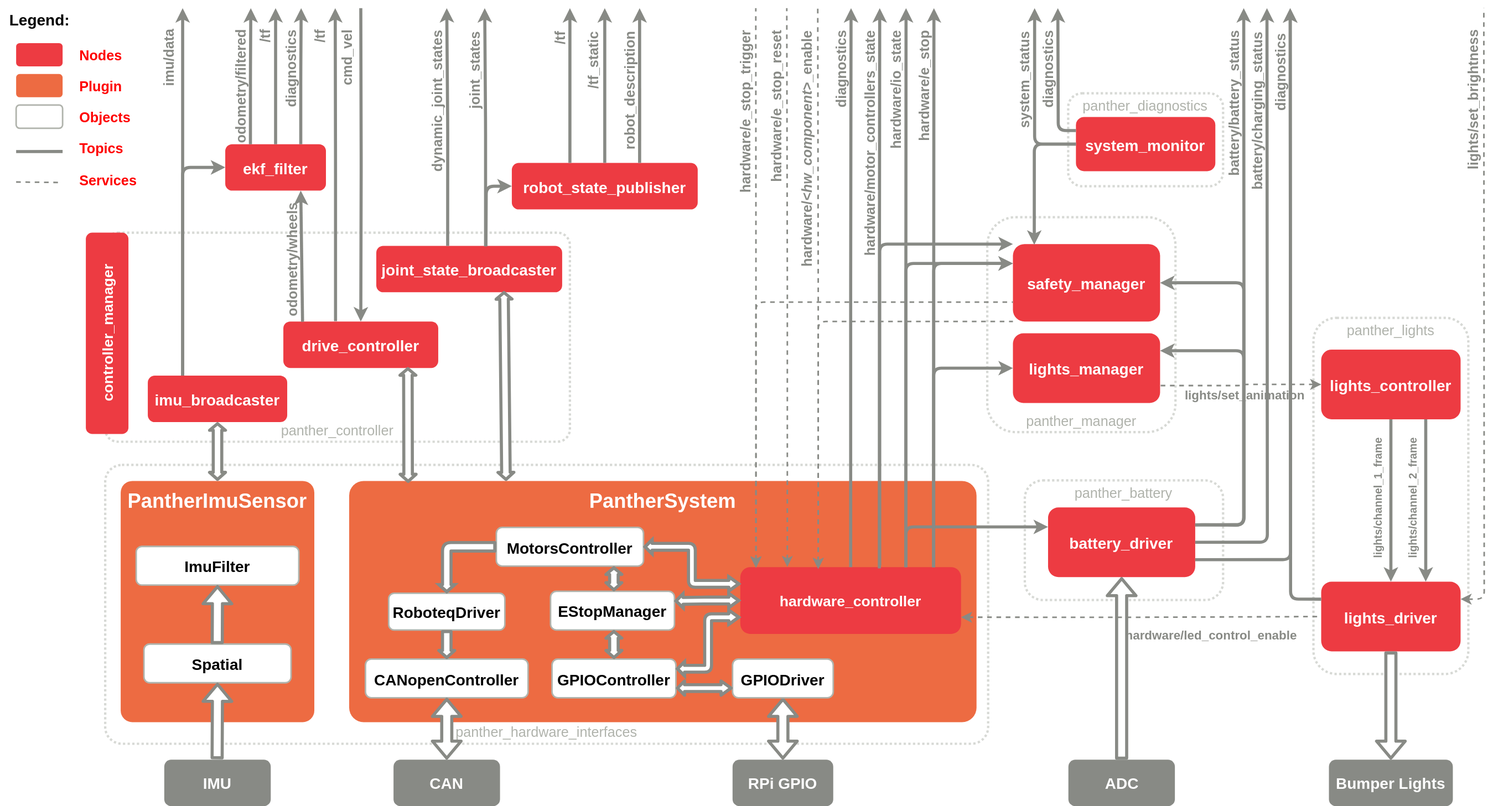
Before: .docs/panther_ros2_api.drawio.svg, a diagram exported from draw.io (husarion/panther_ros). Source tidied: cells renumbered, new cells last; positions are measured from the earlier drawing's top-left corner, leaving out a move shared by most shapes.
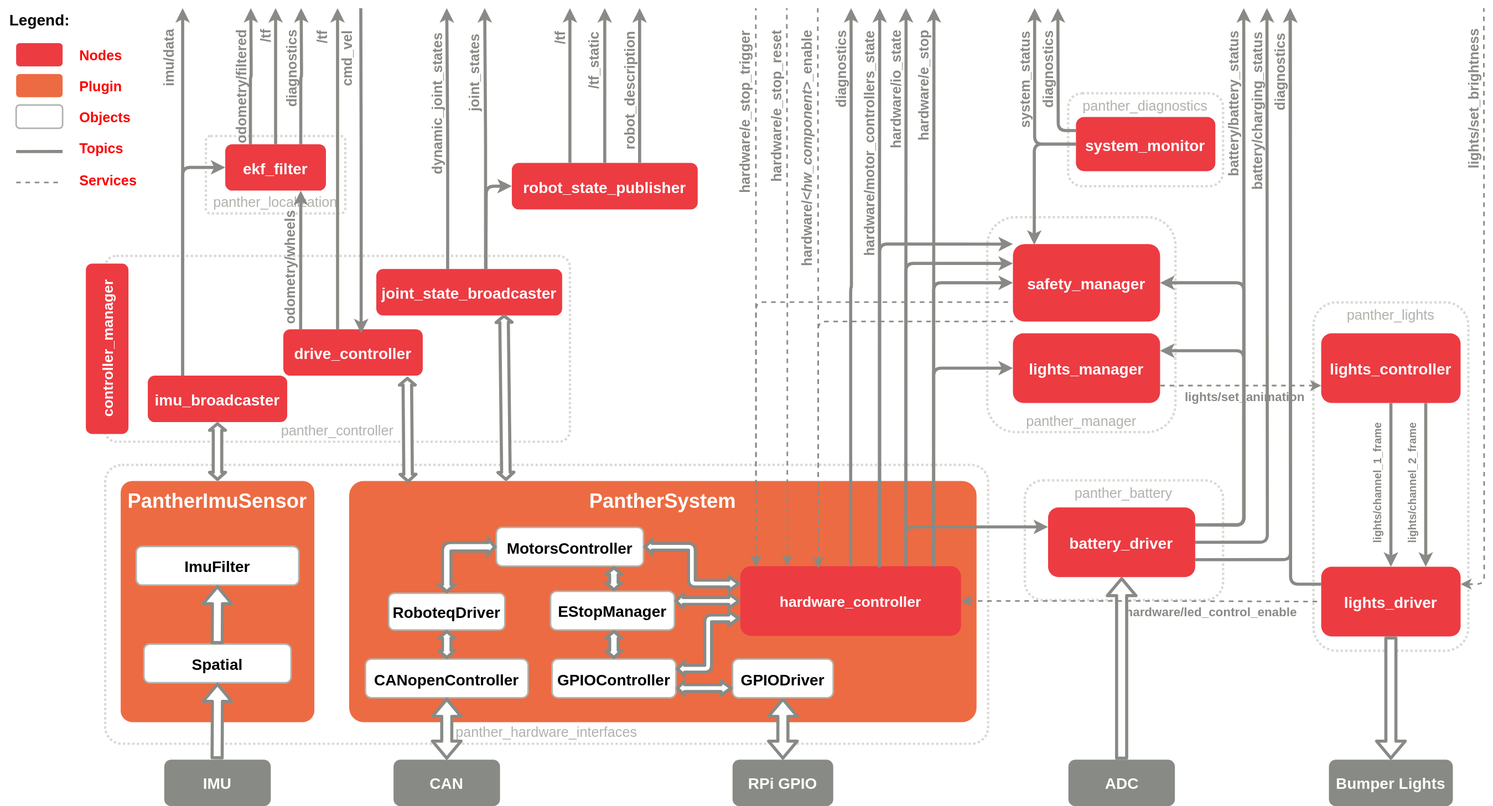
The same diagram one commit later.

Diff of the diagram source:
```diff
@@ -4,7 +4,10 @@
     <mxCell id="1" parent="0" />
+    <mxCell id="106" value="&lt;span style=&quot;color: rgb(176, 179, 172); font-size: 18px;&quot;&gt;panther_localization&lt;/span&gt;" style="rounded=1;whiteSpace=wrap;html=1;fillColor=none;dashed=1;dashPattern=1 1;strokeWidth=3;strokeColor=#B0B3AC;imageHeight=24;arcSize=6;opacity=50;verticalAlign=bottom;" parent="1" vertex="1">
+      <mxGeometry x="265" y="170.2" width="180" height="100" as="geometry" />
+    </mxCell>
     <mxCell id="2" value="&lt;span style=&quot;color: rgb(176, 179, 172); font-size: 18px;&quot;&gt;panther_controller&lt;/span&gt;" style="rounded=1;whiteSpace=wrap;html=1;fillColor=none;dashed=1;dashPattern=1 1;strokeWidth=3;strokeColor=#B0B3AC;imageHeight=24;arcSize=6;opacity=50;verticalAlign=bottom;" parent="1" vertex="1">
-      <mxGeometry x="135" y="295" width="600" height="270" as="geometry" />
+      <mxGeometry x="135" y="325" width="600" height="240" as="geometry" />
     </mxCell>
     <mxCell id="3" value="&lt;span style=&quot;color: rgb(176, 179, 172); font-family: Helvetica; font-size: 18px; font-style: normal; font-variant-ligatures: normal; font-variant-caps: normal; font-weight: 400; letter-spacing: normal; orphans: 2; text-align: center; text-indent: 0px; text-transform: none; widows: 2; word-spacing: 0px; -webkit-text-stroke-width: 0px; white-space: normal; text-decoration-thickness: initial; text-decoration-style: initial; text-decoration-color: initial; float: none; display: inline !important;&quot;&gt;panther_lights&lt;/span&gt;" style="rounded=1;whiteSpace=wrap;html=1;fillColor=none;dashed=1;dashPattern=1 1;strokeWidth=3;strokeColor=#B0B3AC;opacity=50;verticalAlign=top;" parent="1" vertex="1">
-      <mxGeometry x="1695" y="405" width="200" height="460" as="geometry" />
+      <mxGeometry x="1695" y="385" width="200" height="450" as="geometry" />
     </mxCell>
@@ -26,3 +29,3 @@
     <mxCell id="9" value="&lt;span style=&quot;color: rgb(255, 255, 255); text-align: left;&quot;&gt;hardware_controller&lt;/span&gt;" style="rounded=1;whiteSpace=wrap;html=1;strokeColor=none;fillColor=#ED3B42;fontColor=#000000;fontSize=19;fontFamily=Helvetica;spacing=2;spacingTop=4;fontStyle=1;strokeWidth=2;" parent="1" vertex="1">
-      <mxGeometry x="955" y="727" width="285" height="86.2" as="geometry" />
+      <mxGeometry x="955" y="725.7" width="285" height="90" as="geometry" />
     </mxCell>
@@ -63,6 +66,6 @@
     </mxCell>
-    <mxCell id="20" style="shape=flexArrow;endArrow=classic;html=1;rounded=1;strokeColor=#888a85;strokeWidth=4;fontFamily=Helvetica;fontSize=20;fontColor=#ffffff;labelBackgroundColor=default;fillColor=#FFFFFF;startArrow=none;entryX=0.5;entryY=0;entryDx=0;entryDy=0;width=8;startSize=1.5064814814814813;startWidth=5.555555555555555;endWidth=5.555555555555555;endSize=1.7222222222222223;exitX=0;exitY=0.5;exitDx=0;exitDy=0;startFill=0;edgeStyle=orthogonalEdgeStyle;" parent="1" edge="1" source="11" target="13">
+    <mxCell id="20" style="shape=flexArrow;endArrow=classic;html=1;rounded=1;strokeColor=#888a85;strokeWidth=4;fontFamily=Helvetica;fontSize=20;fontColor=#ffffff;labelBackgroundColor=default;fillColor=#FFFFFF;startArrow=block;entryX=0.5;entryY=0;entryDx=0;entryDy=0;width=8;startSize=1.5064814814814813;startWidth=5.555555555555555;endWidth=5.555555555555555;endSize=1.7222222222222223;exitX=0;exitY=0.5;exitDx=0;exitDy=0;startFill=0;edgeStyle=orthogonalEdgeStyle;" parent="1" edge="1" source="11" target="13">
       <mxGeometry relative="1" as="geometry" />
     </mxCell>
-    <mxCell id="21" style="shape=flexArrow;endArrow=classic;html=1;rounded=1;strokeColor=#888a85;strokeWidth=4;fontFamily=Helvetica;fontSize=20;fontColor=#ffffff;labelBackgroundColor=default;fillColor=#FFFFFF;startArrow=none;entryX=0.5;entryY=0;entryDx=0;entryDy=0;width=8;startSize=1.5064814814814813;startWidth=5.555555555555555;endWidth=5.555555555555555;endSize=1.7222222222222223;startFill=0;exitX=0.5;exitY=1;exitDx=0;exitDy=0;" parent="1" edge="1" source="13" target="12">
+    <mxCell id="21" style="shape=flexArrow;endArrow=classic;html=1;rounded=1;strokeColor=#888a85;strokeWidth=4;fontFamily=Helvetica;fontSize=20;fontColor=#ffffff;labelBackgroundColor=default;fillColor=#FFFFFF;startArrow=block;entryX=0.5;entryY=0;entryDx=0;entryDy=0;width=8;startSize=1.5064814814814813;startWidth=5.555555555555555;endWidth=5.555555555555555;endSize=1.7222222222222223;startFill=0;exitX=0.5;exitY=1;exitDx=0;exitDy=0;" parent="1" edge="1" source="13" target="12">
       <mxGeometry relative="1" as="geometry" />
@@ -90,13 +93,13 @@
     </mxCell>
-    <mxCell id="29" value="&lt;font style=&quot;font-size: 20px;&quot;&gt;imu_broadcaster&lt;/font&gt;" style="rounded=1;whiteSpace=wrap;html=1;strokeColor=none;fillColor=#ed3b42;fontColor=#ffffff;fontSize=19;fontFamily=Helvetica;spacing=2;spacingTop=4;fontStyle=1;" parent="1" vertex="1">
+    <mxCell id="29" value="&lt;font style=&quot;font-size: 20px;&quot;&gt;imu_broadcaster&lt;/font&gt;" style="rounded=1;whiteSpace=wrap;html=1;strokeColor=none;fillColor=#ed3b42;fontColor=#ffffff;fontSize=19;fontFamily=Helvetica;spacing=2;spacingTop=4;fontStyle=1;strokeWidth=6;" parent="1" vertex="1">
       <mxGeometry x="190" y="479.7" width="180" height="60" as="geometry" />
     </mxCell>
-    <mxCell id="30" value="&lt;font style=&quot;font-size: 20px;&quot;&gt;joint_state_broadcaster&lt;/font&gt;" style="rounded=1;whiteSpace=wrap;html=1;strokeColor=none;fillColor=#ed3b42;fontColor=#ffffff;fontSize=19;fontFamily=Helvetica;spacing=2;spacingTop=4;fontStyle=1;" parent="1" vertex="1">
-      <mxGeometry x="485" y="312" width="240" height="60" as="geometry" />
+    <mxCell id="30" value="&lt;font style=&quot;font-size: 20px;&quot;&gt;joint_state_broadcaster&lt;/font&gt;" style="rounded=1;whiteSpace=wrap;html=1;strokeColor=none;fillColor=#ed3b42;fontColor=#ffffff;fontSize=19;fontFamily=Helvetica;spacing=2;spacingTop=4;fontStyle=1;strokeWidth=6;" parent="1" vertex="1">
+      <mxGeometry x="485" y="342" width="240" height="60" as="geometry" />
     </mxCell>
-    <mxCell id="31" value="&lt;font style=&quot;font-size: 20px;&quot;&gt;drive_controller&lt;/font&gt;" style="rounded=1;whiteSpace=wrap;html=1;strokeColor=none;fillColor=#ed3b42;fontColor=#ffffff;fontSize=19;fontFamily=Helvetica;spacing=2;spacingTop=4;fontStyle=1;" parent="1" vertex="1">
-      <mxGeometry x="365" y="409.7" width="200" height="60" as="geometry" />
+    <mxCell id="31" value="&lt;font style=&quot;font-size: 20px;&quot;&gt;drive_controller&lt;/font&gt;" style="rounded=1;whiteSpace=wrap;html=1;strokeColor=none;fillColor=#ed3b42;fontColor=#ffffff;fontSize=19;fontFamily=Helvetica;spacing=2;spacingTop=4;fontStyle=1;strokeWidth=6;" parent="1" vertex="1">
+      <mxGeometry x="365" y="419.7" width="180" height="60" as="geometry" />
     </mxCell>
     <mxCell id="32" value="&lt;div style=&quot;text-align: left;&quot;&gt;&lt;span style=&quot;background-color: initial;&quot;&gt;controller_manager&lt;/span&gt;&lt;/div&gt;" style="rounded=1;whiteSpace=wrap;html=1;strokeColor=none;fillColor=#ed3b42;fontColor=#FFFFFF;fontSize=19;fontFamily=Helvetica;spacing=2;spacingTop=4;fontStyle=1;direction=north;horizontal=0;" parent="1" vertex="1">
-      <mxGeometry x="110" y="295" width="55" height="260" as="geometry" />
+      <mxGeometry x="110" y="335" width="55" height="220" as="geometry" />
     </mxCell>
@@ -114,3 +117,3 @@
     </mxCell>
-    <mxCell id="37" style="shape=flexArrow;endArrow=classic;html=1;rounded=1;strokeColor=#888a85;strokeWidth=4;fontFamily=Helvetica;fontSize=20;fontColor=#ffffff;labelBackgroundColor=default;fillColor=#FFFFFF;startArrow=block;entryX=0.094;entryY=0.008;entryDx=0;entryDy=0;width=8;startSize=1.5064814814814813;startWidth=5.555555555555555;endWidth=5.555555555555555;endSize=1.7222222222222223;exitX=0.804;exitY=0.982;exitDx=0;exitDy=0;entryPerimeter=0;exitPerimeter=0;" parent="1" edge="1" source="31" target="8">
+    <mxCell id="37" style="shape=flexArrow;endArrow=classic;html=1;rounded=1;strokeColor=#888a85;strokeWidth=4;fontFamily=Helvetica;fontSize=20;fontColor=#ffffff;labelBackgroundColor=default;fillColor=#FFFFFF;startArrow=block;entryX=0.094;entryY=0.008;entryDx=0;entryDy=0;width=8;startSize=1.5064814814814813;startWidth=5.555555555555555;endWidth=5.555555555555555;endSize=1.7222222222222223;exitX=0.889;exitY=1.025;exitDx=0;exitDy=0;entryPerimeter=0;exitPerimeter=0;" parent="1" edge="1" source="31" target="8">
       <mxGeometry relative="1" as="geometry" />
@@ -159,3 +162,3 @@
     </mxCell>
-    <mxCell id="48" value="&lt;b&gt;cmd_vel&lt;/b&gt;" style="edgeStyle=orthogonalEdgeStyle;shape=connector;rounded=1;jettySize=auto;html=1;labelBackgroundColor=none;strokeColor=#888a85;strokeWidth=4;fontFamily=Helvetica;fontSize=18;fontColor=#888a85;startArrow=none;startFill=0;endArrow=classic;horizontal=0;align=right;entryX=0.5;entryY=0;entryDx=0;entryDy=0;" parent="1" edge="1" target="31">
+    <mxCell id="48" value="&lt;b&gt;cmd_vel&lt;/b&gt;" style="edgeStyle=orthogonalEdgeStyle;shape=connector;rounded=1;jettySize=auto;html=1;labelBackgroundColor=none;strokeColor=#888a85;strokeWidth=4;fontFamily=Helvetica;fontSize=18;fontColor=#888a85;startArrow=none;startFill=0;endArrow=classic;horizontal=0;align=right;entryX=0.558;entryY=0.088;entryDx=0;entryDy=0;entryPerimeter=0;" parent="1" edge="1" target="31">
       <mxGeometry x="-0.86" y="-15" relative="1" as="geometry">
@@ -240,7 +243,7 @@
     </mxCell>
-    <mxCell id="64" value="&lt;font style=&quot;font-size: 20px;&quot;&gt;lights_driver&lt;/font&gt;" style="rounded=1;whiteSpace=wrap;html=1;strokeColor=none;fillColor=#ed3b42;fontColor=#ffffff;fontSize=19;fontFamily=Helvetica;spacing=2;spacingTop=4;fontStyle=1;" parent="1" vertex="1">
-      <mxGeometry x="1705" y="745.8" width="180" height="90" as="geometry" />
+    <mxCell id="64" value="&lt;span style=&quot;font-size: 20px;&quot;&gt;lights_driver&lt;/span&gt;" style="rounded=1;whiteSpace=wrap;html=1;strokeColor=none;fillColor=#ed3b42;fontColor=#ffffff;fontSize=19;fontFamily=Helvetica;spacing=2;spacingTop=4;fontStyle=1;strokeWidth=6;" parent="1" vertex="1">
+      <mxGeometry x="1705" y="726.5" width="180" height="90" as="geometry" />
     </mxCell>
     <mxCell id="65" value="&lt;font style=&quot;font-size: 20px;&quot;&gt;lights_controller&lt;/font&gt;" style="rounded=1;whiteSpace=wrap;html=1;strokeColor=none;fillColor=#ed3b42;fontColor=#ffffff;fontSize=19;fontFamily=Helvetica;spacing=2;spacingTop=4;fontStyle=1;" parent="1" vertex="1">
-      <mxGeometry x="1705" y="446" width="180" height="90" as="geometry" />
+      <mxGeometry x="1705" y="425" width="180" height="90" as="geometry" />
     </mxCell>
@@ -259,3 +262,3 @@
     </mxCell>
-    <mxCell id="69" value="&lt;div style=&quot;text-align: center;&quot;&gt;&lt;span style=&quot;background-color: initial;&quot;&gt;&lt;b&gt;&lt;font style=&quot;font-size: 16px;&quot;&gt;lights/&lt;/font&gt;&lt;/b&gt;&lt;/span&gt;&lt;span style=&quot;background-color: initial; text-align: right; font-size: 16px;&quot;&gt;&lt;b&gt;set_animation&lt;/b&gt;&lt;/span&gt;&lt;/div&gt;" style="edgeStyle=orthogonalEdgeStyle;shape=connector;rounded=1;jettySize=auto;html=1;labelBackgroundColor=none;strokeColor=#888a85;strokeWidth=2;fontFamily=Helvetica;fontSize=18;fontColor=#888a85;startArrow=classic;startFill=1;endArrow=none;horizontal=1;align=right;dashed=1;endSize=12;startSize=8;spacing=3;endFill=0;exitX=0;exitY=0.5;exitDx=0;exitDy=0;entryX=1;entryY=0.75;entryDx=0;entryDy=0;jumpStyle=none;" parent="1" edge="1" source="65" target="83">
+    <mxCell id="69" value="&lt;div style=&quot;text-align: center;&quot;&gt;&lt;span style=&quot;background-color: initial;&quot;&gt;&lt;b&gt;&lt;font style=&quot;font-size: 16px;&quot;&gt;lights/&lt;/font&gt;&lt;/b&gt;&lt;/span&gt;&lt;span style=&quot;background-color: initial; text-align: right; font-size: 16px;&quot;&gt;&lt;b&gt;set_animation&lt;/b&gt;&lt;/span&gt;&lt;/div&gt;" style="edgeStyle=orthogonalEdgeStyle;shape=connector;rounded=1;jettySize=auto;html=1;labelBackgroundColor=none;strokeColor=#888a85;strokeWidth=2;fontFamily=Helvetica;fontSize=18;fontColor=#888a85;startArrow=classic;startFill=1;endArrow=none;horizontal=1;align=right;dashed=1;endSize=12;startSize=8;spacing=3;endFill=0;exitX=0;exitY=0.75;exitDx=0;exitDy=0;entryX=1;entryY=0.75;entryDx=0;entryDy=0;jumpStyle=none;" parent="1" edge="1" source="65" target="83">
       <mxGeometry x="-0.82" y="14" relative="1" as="geometry" />
@@ -289,6 +292,6 @@
     </mxCell>
-    <mxCell id="75" style="edgeStyle=orthogonalEdgeStyle;shape=connector;rounded=1;jettySize=auto;html=1;labelBackgroundColor=none;strokeColor=#888a85;strokeWidth=4;fontFamily=Helvetica;fontSize=18;fontColor=#888a85;startArrow=none;startFill=0;endArrow=classic;horizontal=0;exitX=0.876;exitY=-0.012;exitDx=0;exitDy=0;align=right;exitPerimeter=0;entryX=0;entryY=0.25;entryDx=0;entryDy=0;" parent="1" edge="1" source="9" target="71">
+    <mxCell id="75" style="edgeStyle=orthogonalEdgeStyle;shape=connector;rounded=1;jettySize=auto;html=1;labelBackgroundColor=none;strokeColor=#888a85;strokeWidth=4;fontFamily=Helvetica;fontSize=18;fontColor=#888a85;startArrow=none;startFill=0;endArrow=classic;horizontal=0;exitX=0.876;exitY=-0.012;exitDx=0;exitDy=0;align=right;exitPerimeter=0;entryX=0;entryY=0.5;entryDx=0;entryDy=0;" parent="1" edge="1" source="9" target="71">
       <mxGeometry x="0.95" y="20" relative="1" as="geometry">
         <Array as="points">
-          <mxPoint x="1205" y="335" />
+          <mxPoint x="1205" y="360" />
         </Array>
@@ -362,8 +365,10 @@
     </mxCell>
-    <mxCell id="86" value="&lt;span style=&quot;forced-color-adjust: none; color: rgb(136, 138, 133); font-family: Helvetica; font-size: 18px; font-style: normal; font-variant-ligatures: normal; font-variant-caps: normal; font-weight: 400; letter-spacing: normal; orphans: 2; text-align: right; text-indent: 0px; text-transform: none; widows: 2; word-spacing: 0px; -webkit-text-stroke-width: 0px; white-space: nowrap; background-color: initial; text-decoration-thickness: initial; text-decoration-style: initial; text-decoration-color: initial;&quot;&gt;&lt;b style=&quot;forced-color-adjust: none;&quot;&gt;&lt;font style=&quot;forced-color-adjust: none; font-size: 16px;&quot;&gt;hardware/&lt;/font&gt;&lt;/b&gt;&lt;/span&gt;&lt;span style=&quot;forced-color-adjust: none; color: rgb(136, 138, 133); font-family: Helvetica; font-style: normal; font-variant-ligatures: normal; font-variant-caps: normal; font-weight: 400; letter-spacing: normal; orphans: 2; text-align: right; text-indent: 0px; text-transform: none; widows: 2; word-spacing: 0px; -webkit-text-stroke-width: 0px; white-space: nowrap; background-color: initial; text-decoration-thickness: initial; text-decoration-style: initial; text-decoration-color: initial; font-size: 16px;&quot;&gt;&lt;b style=&quot;forced-color-adjust: none;&quot;&gt;led_control_enable&lt;/b&gt;&lt;/span&gt;" style="edgeStyle=orthogonalEdgeStyle;shape=connector;rounded=1;jettySize=auto;html=1;labelBackgroundColor=none;strokeColor=#888a85;strokeWidth=2;fontFamily=Helvetica;fontSize=18;fontColor=#888a85;startArrow=classic;startFill=1;endArrow=none;horizontal=1;align=right;dashed=1;endSize=12;startSize=8;spacing=3;endFill=0;exitX=1;exitY=0.75;exitDx=0;exitDy=0;entryX=0;entryY=0.5;entryDx=0;entryDy=0;verticalAlign=middle;" parent="1" edge="1" source="9" target="64">
-      <mxGeometry x="0.87" y="-24" relative="1" as="geometry" />
+    <mxCell id="86" value="&lt;span style=&quot;forced-color-adjust: none; color: rgb(136, 138, 133); font-family: Helvetica; font-size: 18px; font-style: normal; font-variant-ligatures: normal; font-variant-caps: normal; font-weight: 400; letter-spacing: normal; orphans: 2; text-align: right; text-indent: 0px; text-transform: none; widows: 2; word-spacing: 0px; -webkit-text-stroke-width: 0px; white-space: nowrap; background-color: initial; text-decoration-thickness: initial; text-decoration-style: initial; text-decoration-color: initial;&quot;&gt;&lt;b style=&quot;forced-color-adjust: none;&quot;&gt;&lt;font style=&quot;forced-color-adjust: none; font-size: 16px;&quot;&gt;hardware/&lt;/font&gt;&lt;/b&gt;&lt;/span&gt;&lt;span style=&quot;forced-color-adjust: none; color: rgb(136, 138, 133); font-family: Helvetica; font-style: normal; font-variant-ligatures: normal; font-variant-caps: normal; font-weight: 400; letter-spacing: normal; orphans: 2; text-align: right; text-indent: 0px; text-transform: none; widows: 2; word-spacing: 0px; -webkit-text-stroke-width: 0px; white-space: nowrap; background-color: initial; text-decoration-thickness: initial; text-decoration-style: initial; text-decoration-color: initial; font-size: 16px;&quot;&gt;&lt;b style=&quot;forced-color-adjust: none;&quot;&gt;led_control_enable&lt;/b&gt;&lt;/span&gt;" style="edgeStyle=orthogonalEdgeStyle;shape=connector;rounded=1;jettySize=auto;html=1;labelBackgroundColor=none;strokeColor=#888a85;strokeWidth=2;fontFamily=Helvetica;fontSize=18;fontColor=#888a85;startArrow=classic;startFill=1;endArrow=none;horizontal=1;align=right;dashed=1;endSize=12;startSize=8;spacing=3;endFill=0;exitX=1;exitY=0.5;exitDx=0;exitDy=0;entryX=0;entryY=0.5;entryDx=0;entryDy=0;verticalAlign=middle;" parent="1" edge="1" source="9" target="64">
+      <mxGeometry x="0.87" y="-14" relative="1" as="geometry">
+        <mxPoint x="1" as="offset" />
+      </mxGeometry>
     </mxCell>
-    <mxCell id="87" value="&lt;b&gt;/tf&lt;/b&gt;" style="edgeStyle=orthogonalEdgeStyle;shape=connector;rounded=1;jettySize=auto;html=1;labelBackgroundColor=none;strokeColor=#888a85;strokeWidth=4;fontFamily=Helvetica;fontSize=18;fontColor=#888a85;startArrow=none;startFill=0;endArrow=classic;horizontal=0;align=right;exitX=0.337;exitY=-0.009;exitDx=0;exitDy=0;exitPerimeter=0;" parent="1" edge="1" source="31">
+    <mxCell id="87" value="&lt;b&gt;/tf&lt;/b&gt;" style="edgeStyle=orthogonalEdgeStyle;shape=connector;rounded=1;jettySize=auto;html=1;labelBackgroundColor=none;strokeColor=#888a85;strokeWidth=4;fontFamily=Helvetica;fontSize=18;fontColor=#888a85;startArrow=none;startFill=0;endArrow=classic;horizontal=0;align=right;exitX=0.389;exitY=0.011;exitDx=0;exitDy=0;exitPerimeter=0;" parent="1" edge="1" source="31">
       <mxGeometry x="0.86" y="17" relative="1" as="geometry">
-        <mxPoint x="432" y="5" as="targetPoint" />
+        <mxPoint x="435" y="5" as="targetPoint" />
       </mxGeometry>
@@ -376,3 +381,7 @@
     <mxCell id="89" style="edgeStyle=orthogonalEdgeStyle;shape=connector;rounded=1;jettySize=auto;html=1;labelBackgroundColor=none;strokeColor=#888a85;strokeWidth=2;fontFamily=Helvetica;fontSize=18;fontColor=#888a85;startArrow=classic;startFill=1;endArrow=none;horizontal=0;align=right;dashed=1;endSize=12;startSize=8;spacing=3;endFill=0;exitX=0.071;exitY=0.012;exitDx=0;exitDy=0;exitPerimeter=0;entryX=0;entryY=0.75;entryDx=0;entryDy=0;" parent="1" edge="1" source="9" target="71">
-      <mxGeometry x="0.92" y="10" relative="1" as="geometry" />
+      <mxGeometry x="0.92" y="10" relative="1" as="geometry">
+        <Array as="points">
+          <mxPoint x="975" y="385" />
+        </Array>
+      </mxGeometry>
     </mxCell>
```
